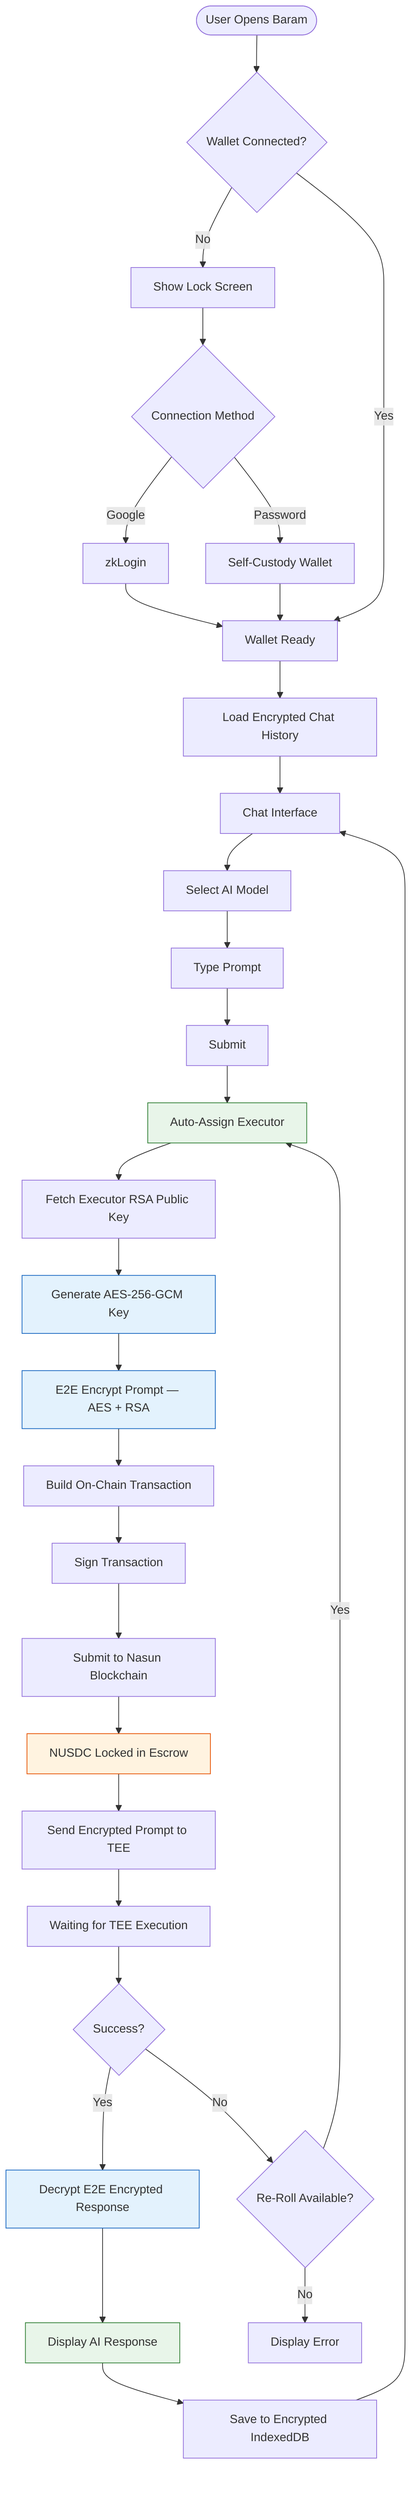
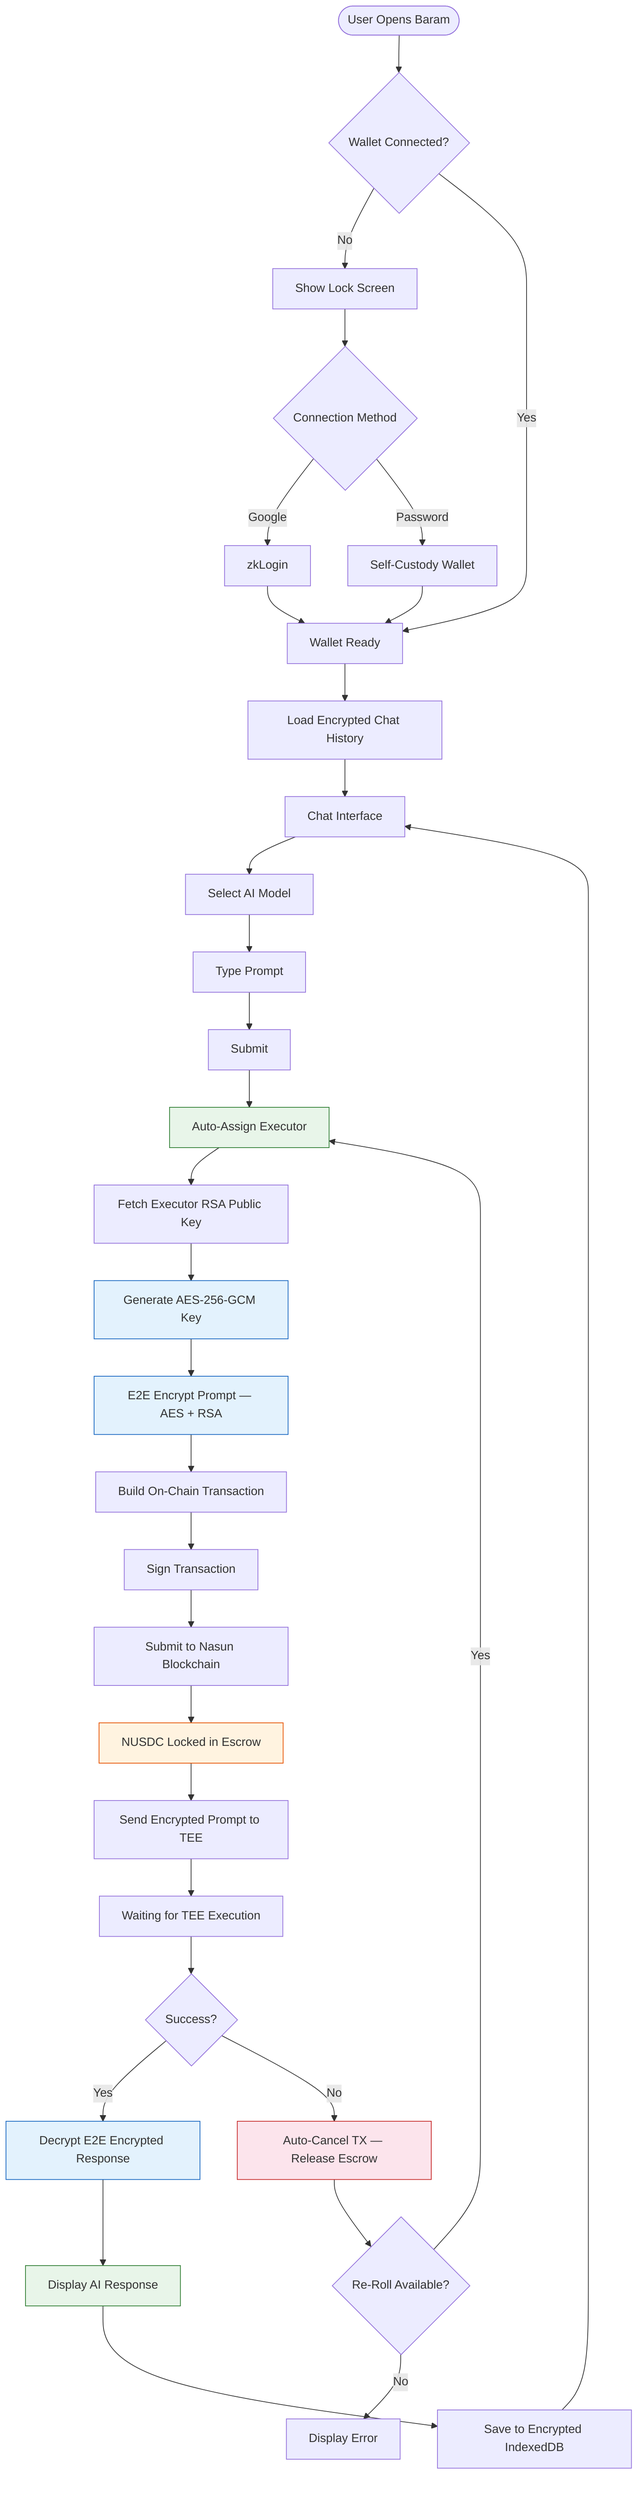
flowchart TD
    Start([User Opens Baram]) --> ConnectWallet{Wallet Connected?}

    ConnectWallet -->|No| ShowLock[Show Lock Screen]
    ShowLock --> ConnectMethod{Connection Method}
    ConnectMethod -->|Google| ZkLogin[zkLogin]
    ConnectMethod -->|Password| SelfCustody[Self-Custody Wallet]
    ZkLogin --> WalletReady
    SelfCustody --> WalletReady

    ConnectWallet -->|Yes| WalletReady[Wallet Ready]
    WalletReady --> LoadHistory[Load Encrypted Chat History]
    LoadHistory --> ChatUI[Chat Interface]

    ChatUI --> SelectModel[Select AI Model]
    SelectModel --> TypePrompt[Type Prompt]
    TypePrompt --> Submit[Submit]

    Submit --> AutoAssign[Auto-Assign Executor]
    AutoAssign --> FetchPubKey[Fetch Executor RSA Public Key]
    FetchPubKey --> GenAES[Generate AES-256-GCM Key]
    GenAES --> Encrypt[E2E Encrypt Prompt — AES + RSA]
    Encrypt --> BuildTx[Build On-Chain Transaction]
    BuildTx --> SignTx[Sign Transaction]
    SignTx --> SubmitTx[Submit to Nasun Blockchain]

    SubmitTx --> EscrowCreated[NUSDC Locked in Escrow]
    EscrowCreated --> CallExecutor[Send Encrypted Prompt to TEE]
    CallExecutor --> WaitResult[Waiting for TEE Execution]

    WaitResult --> ResultOk{Success?}
    ResultOk -->|Yes| DecryptResp[Decrypt E2E Encrypted Response]
    DecryptResp --> ShowResult[Display AI Response]
-     ResultOk -->|No| ReRoll{Re-Roll Available?}
+     ResultOk -->|No| AutoCancel[Auto-Cancel TX — Release Escrow]
+     AutoCancel --> ReRoll{Re-Roll Available?}
    ReRoll -->|Yes| AutoAssign
    ReRoll -->|No| ShowError[Display Error]

    ShowResult --> SaveChat[Save to Encrypted IndexedDB]
    SaveChat --> ChatUI

    style AutoAssign fill:#e8f5e9,stroke:#2e7d32
    style GenAES fill:#e3f2fd,stroke:#1565c0
    style Encrypt fill:#e3f2fd,stroke:#1565c0
    style DecryptResp fill:#e3f2fd,stroke:#1565c0
    style EscrowCreated fill:#fff3e0,stroke:#e65100
+     style AutoCancel fill:#fce4ec,stroke:#c62828
    style ShowResult fill:#e8f5e9,stroke:#2e7d32
